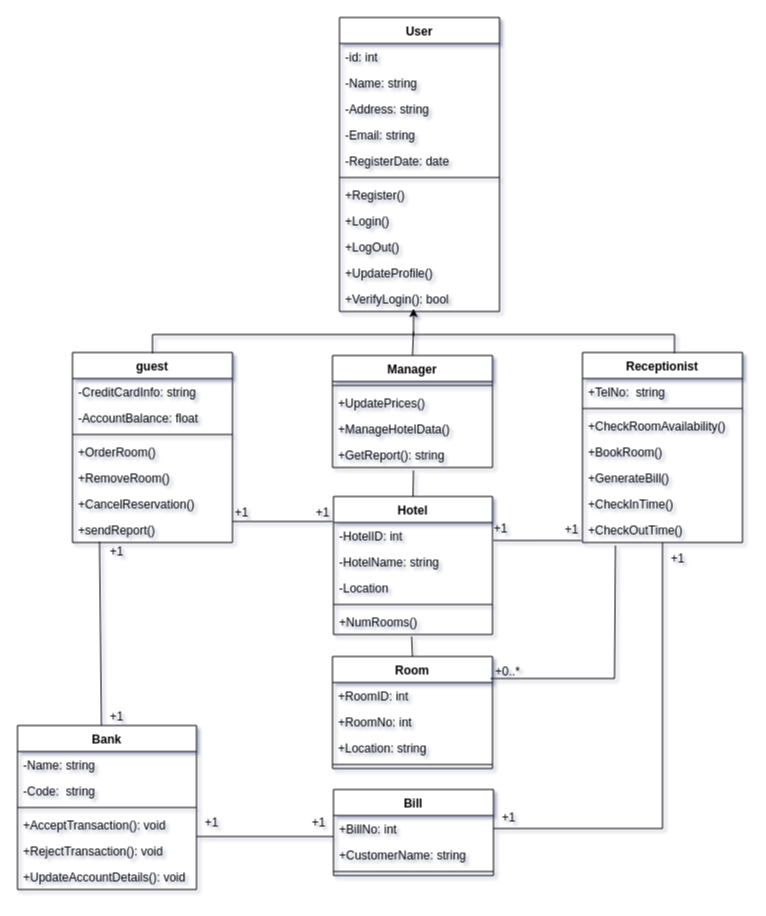
Above: Class diagram2.drawio in AhmedTarek-95/System-Desine (draw.io), before the change. Source tidied: cells renumbered, new cells numbered last; positions are measured from the earlier drawing's top-left corner, leaving out a move shared by most shapes. Both pictures are drawn from the tidied source at 100%, with x=0, y=0 at pixel (17, 17).
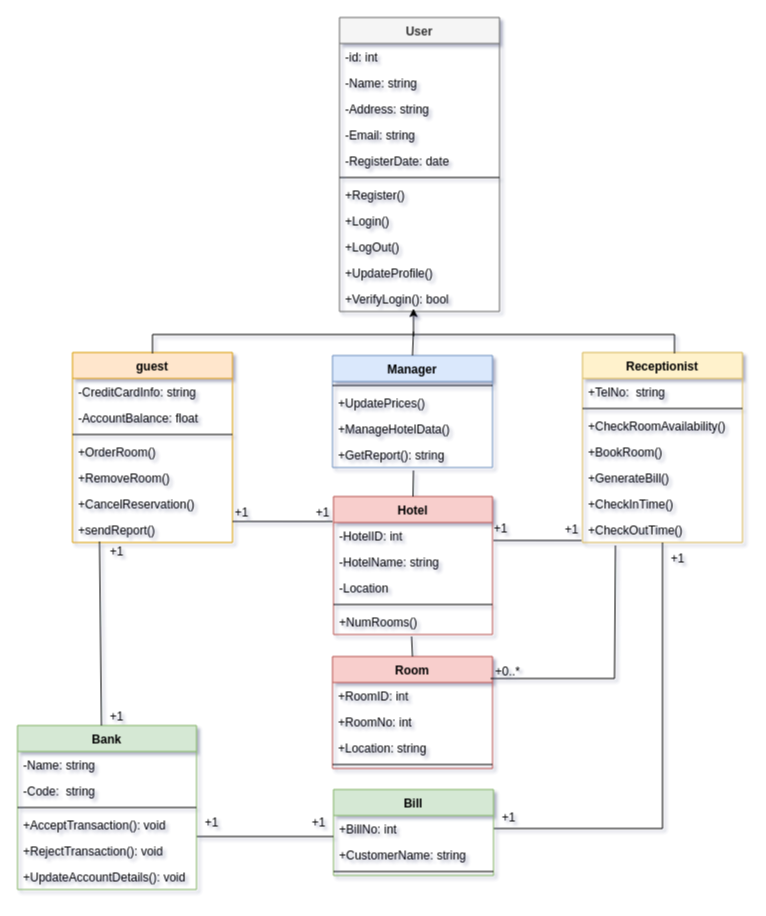
After the change.

The edit, as a diff of the source:
```diff
@@
-    <mxCell id="2" value="Manager" style="swimlane;fontStyle=1;align=center;verticalAlign=top;horizontal=1;startSize=26;" parent="1" vertex="1">
+    <mxCell id="2" value="Manager" style="swimlane;fontStyle=1;align=center;verticalAlign=top;horizontal=1;startSize=26;fillColor=#dae8fc;strokeColor=#6c8ebf;" parent="1" vertex="1">
       <mxGeometry x="315" y="338" width="160" height="112" as="geometry" />
     </mxCell>
@@
-    <mxCell id="7" value="guest" style="swimlane;fontStyle=1;align=center;verticalAlign=top;horizontal=1;startSize=26;" parent="1" vertex="1">
+    <mxCell id="7" value="guest" style="swimlane;fontStyle=1;align=center;verticalAlign=top;horizontal=1;startSize=26;fillColor=#ffe6cc;strokeColor=#d79b00;" parent="1" vertex="1">
       <mxGeometry x="55" y="335" width="160" height="190" as="geometry" />
     </mxCell>
@@
-    <mxCell id="15" value="Room" style="swimlane;fontStyle=1;align=center;verticalAlign=top;horizontal=1;startSize=26;" parent="1" vertex="1">
+    <mxCell id="15" value="Room" style="swimlane;fontStyle=1;align=center;verticalAlign=top;horizontal=1;startSize=26;fillColor=#f8cecc;strokeColor=#b85450;" parent="1" vertex="1">
       <mxGeometry x="315" y="639" width="160" height="112" as="geometry" />
     </mxCell>
@@
-    <mxCell id="20" value="Receptionist" style="swimlane;fontStyle=1;align=center;verticalAlign=top;horizontal=1;startSize=26;gradientColor=none;" parent="1" vertex="1">
+    <mxCell id="20" value="Receptionist" style="swimlane;fontStyle=1;align=center;verticalAlign=top;horizontal=1;startSize=26;fillColor=#fff2cc;strokeColor=#d6b656;" parent="1" vertex="1">
       <mxGeometry x="565" y="335" width="160" height="190" as="geometry" />
     </mxCell>
@@
-    <mxCell id="29" value="Bill" style="swimlane;fontStyle=1;align=center;verticalAlign=top;horizontal=1;startSize=26;" parent="1" vertex="1">
+    <mxCell id="29" value="Bill" style="swimlane;fontStyle=1;align=center;verticalAlign=top;horizontal=1;startSize=26;fillColor=#d5e8d4;strokeColor=#82b366;" parent="1" vertex="1">
       <mxGeometry x="316" y="772" width="160" height="86" as="geometry" />
     </mxCell>
@@
-    <mxCell id="39" value="User" style="swimlane;fontStyle=1;align=center;verticalAlign=top;horizontal=1;startSize=26;" parent="1" vertex="1">
+    <mxCell id="39" value="User" style="swimlane;fontStyle=1;align=center;verticalAlign=top;horizontal=1;startSize=26;fillColor=#f5f5f5;fontColor=#333333;strokeColor=#666666;" parent="1" vertex="1">
       <mxGeometry x="322" width="160" height="294" as="geometry" />
     </mxCell>
@@
-    <mxCell id="51" value="Bank" style="swimlane;fontStyle=1;align=center;verticalAlign=top;horizontal=1;startSize=26;" parent="1" vertex="1">
+    <mxCell id="51" value="Bank" style="swimlane;fontStyle=1;align=center;verticalAlign=top;horizontal=1;startSize=26;fillColor=#d5e8d4;strokeColor=#82b366;" parent="1" vertex="1">
       <mxGeometry y="708" width="179" height="164" as="geometry" />
     </mxCell>
@@
-    <mxCell id="64" value="Hotel" style="swimlane;fontStyle=1;align=center;verticalAlign=top;horizontal=1;startSize=26;" parent="1" vertex="1">
+    <mxCell id="64" value="Hotel" style="swimlane;fontStyle=1;align=center;verticalAlign=top;horizontal=1;startSize=26;fillColor=#f8cecc;strokeColor=#b85450;" parent="1" vertex="1">
       <mxGeometry x="316" y="479" width="159" height="138" as="geometry" />
     </mxCell>
```
